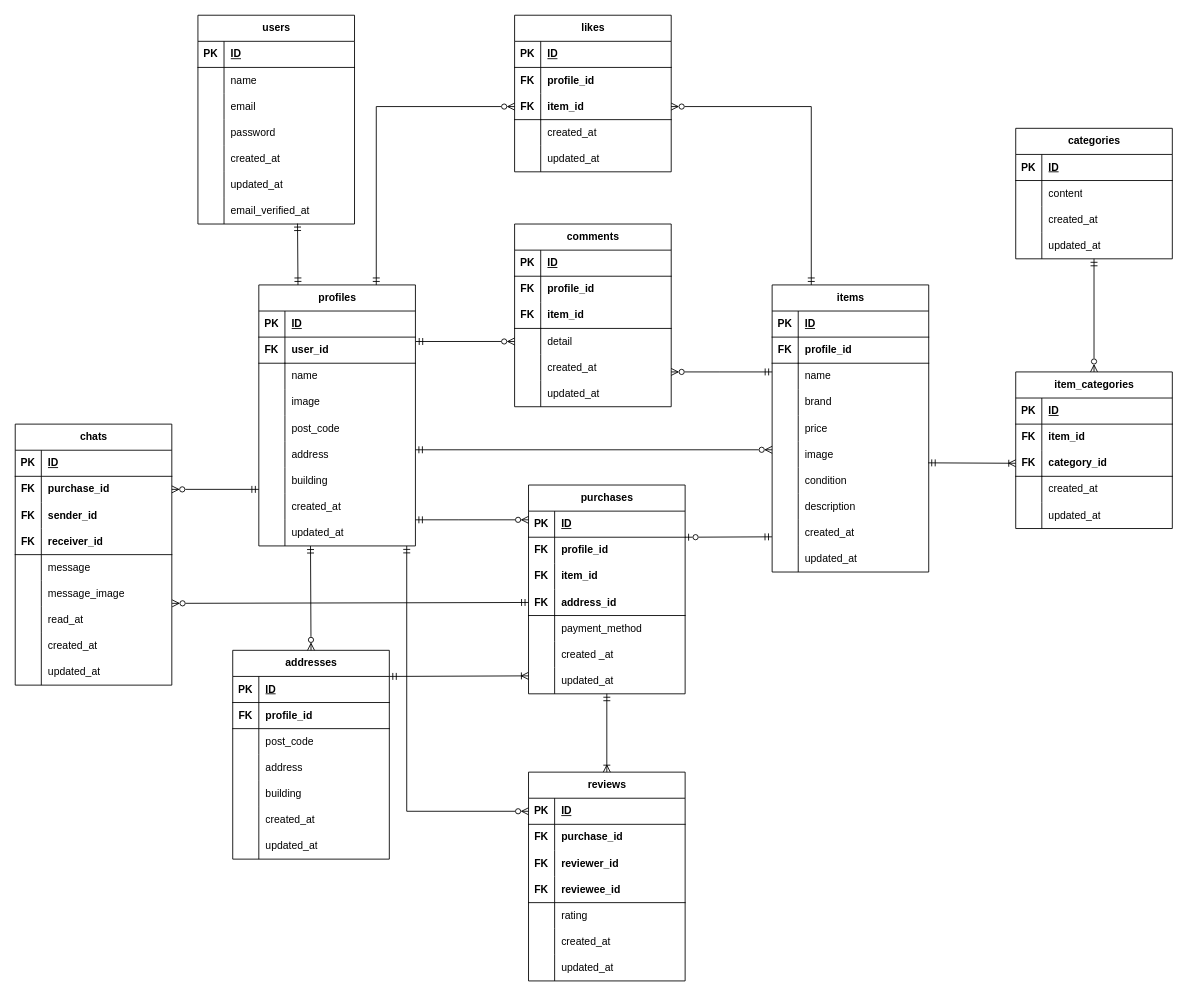
The draw.io diagram flea-market.dio in ri0921/flea-market, before the edit. Source tidied: cells renumbered, new cells numbered last; positions are measured from the earlier drawing's top-left corner, leaving out a move shared by most shapes. Both pictures are drawn from the tidied source at 87%, with x=0, y=0 at pixel (15, 15).
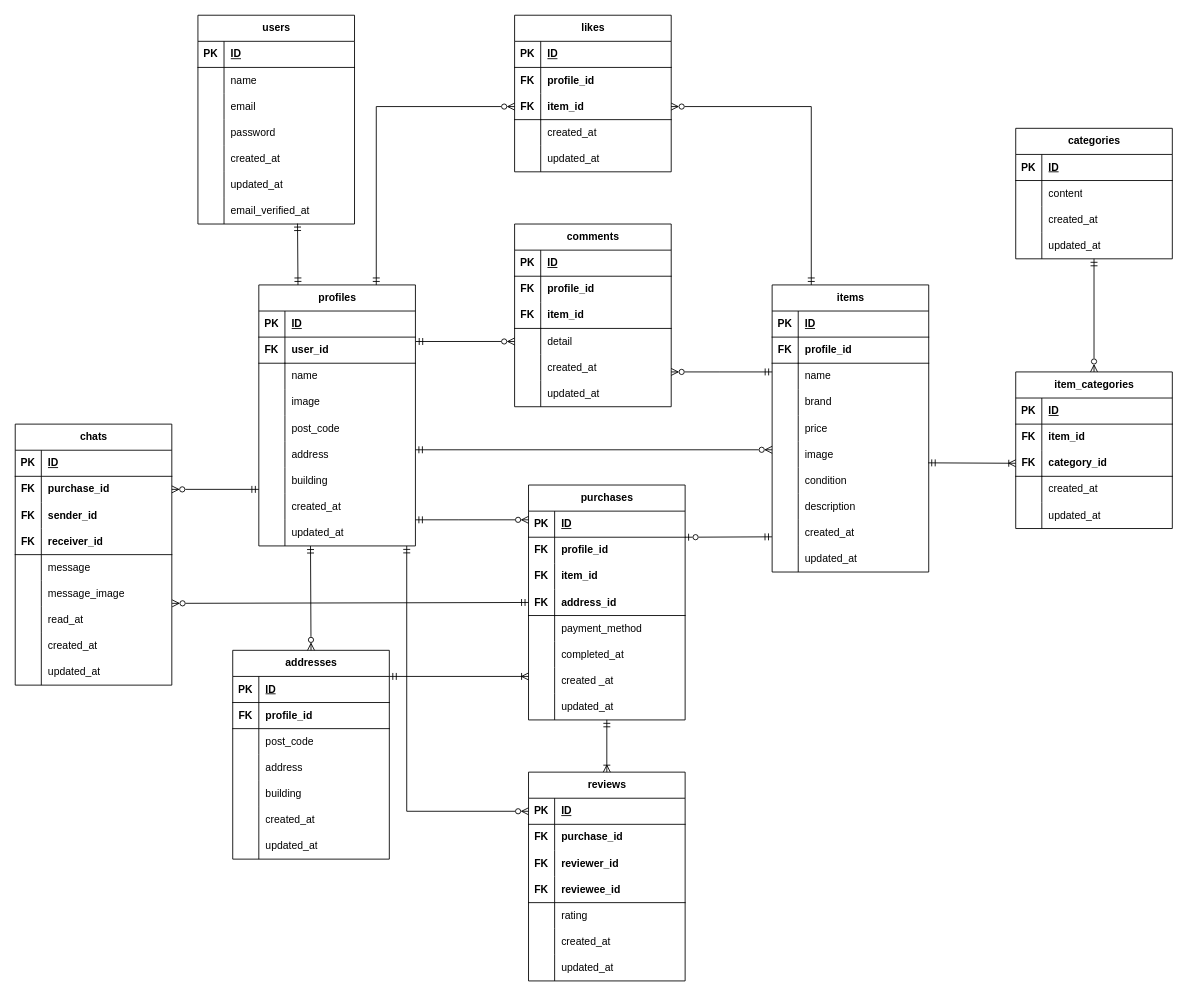
The same diagram, later.

What changed in the source:
```diff
@@
     <mxCell id="97" value="purchases" style="shape=table;startSize=30;childLayout=tableLayout;rowLines=0;fontStyle=1;align=center;html=1;" parent="1" vertex="1">
-      <mxGeometry x="590" y="540" width="180" height="240" as="geometry" />
+      <mxGeometry x="590" y="540" width="180" height="270" as="geometry" />
     </mxCell>
@@
+    <mxCell id="259" style="shape=tableRow;horizontal=0;startSize=0;swimlaneHead=0;swimlaneBody=0;fillColor=none;top=0;left=0;right=0;bottom=0;" parent="97" vertex="1">
+      <mxGeometry y="180" width="180" height="30" as="geometry" />
+    </mxCell>
+    <mxCell id="260" style="shape=partialRectangle;fillColor=none;top=0;left=0;bottom=0;right=0;overflow=hidden;whiteSpace=wrap;html=1;" parent="259" vertex="1">
+      <mxGeometry width="30" height="30" as="geometry" />
+    </mxCell>
+    <mxCell id="261" value="completed_at" style="shape=partialRectangle;fillColor=none;top=0;left=0;bottom=0;right=0;align=left;spacingLeft=6;overflow=hidden;whiteSpace=wrap;html=1;" parent="259" vertex="1">
+      <mxGeometry x="30" width="150" height="30" as="geometry" />
+    </mxCell>
     <mxCell id="113" style="shape=tableRow;horizontal=0;startSize=0;swimlaneHead=0;swimlaneBody=0;fillColor=none;top=0;left=0;right=0;bottom=0;" parent="97" vertex="1">
-      <mxGeometry y="180" width="180" height="30" as="geometry" />
+      <mxGeometry y="210" width="180" height="30" as="geometry" />
     </mxCell>
@@
     <mxCell id="116" style="shape=tableRow;horizontal=0;startSize=0;swimlaneHead=0;swimlaneBody=0;fillColor=none;points=[[0,0.5],[1,0.5]];portConstraint=eastwest;top=0;left=0;right=0;bottom=0;" parent="97" vertex="1">
-      <mxGeometry y="210" width="180" height="30" as="geometry" />
+      <mxGeometry y="240" width="180" height="30" as="geometry" />
     </mxCell>
@@
-    <mxCell id="204" style="edgeStyle=none;html=1;rounded=0;curved=0;startArrow=ERmandOne;startFill=0;endArrow=ERoneToMany;endFill=0;entryX=-0.001;entryY=0.312;entryDx=0;entryDy=0;entryPerimeter=0;" parent="1" edge="1" target="116">
+    <mxCell id="204" style="edgeStyle=none;html=1;rounded=0;curved=0;startArrow=ERmandOne;startFill=0;endArrow=ERoneToMany;endFill=0;" parent="1" edge="1">
       <mxGeometry relative="1" as="geometry">
         <mxPoint x="430" y="760" as="sourcePoint" />
+        <mxPoint x="590" y="760" as="targetPoint" />
       </mxGeometry>
     </mxCell>
```
